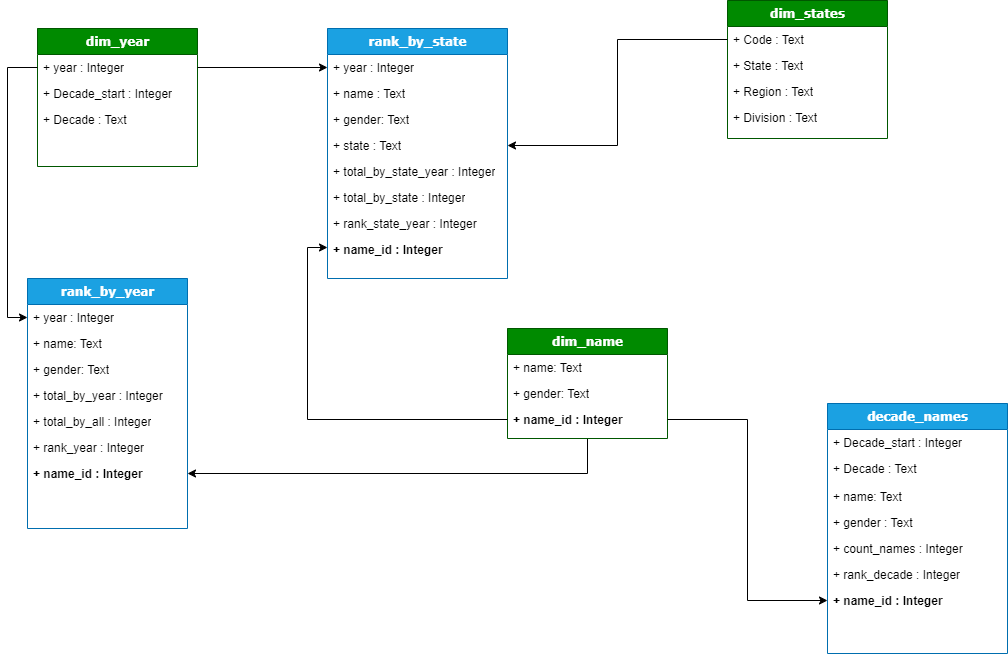
Earlier version of the draw.io export Data_Model.png (aurelpow/US_baby_names). Source tidied: cells renumbered, new cells last; positions are measured from the earlier drawing's top-left corner, leaving out a move shared by most shapes.
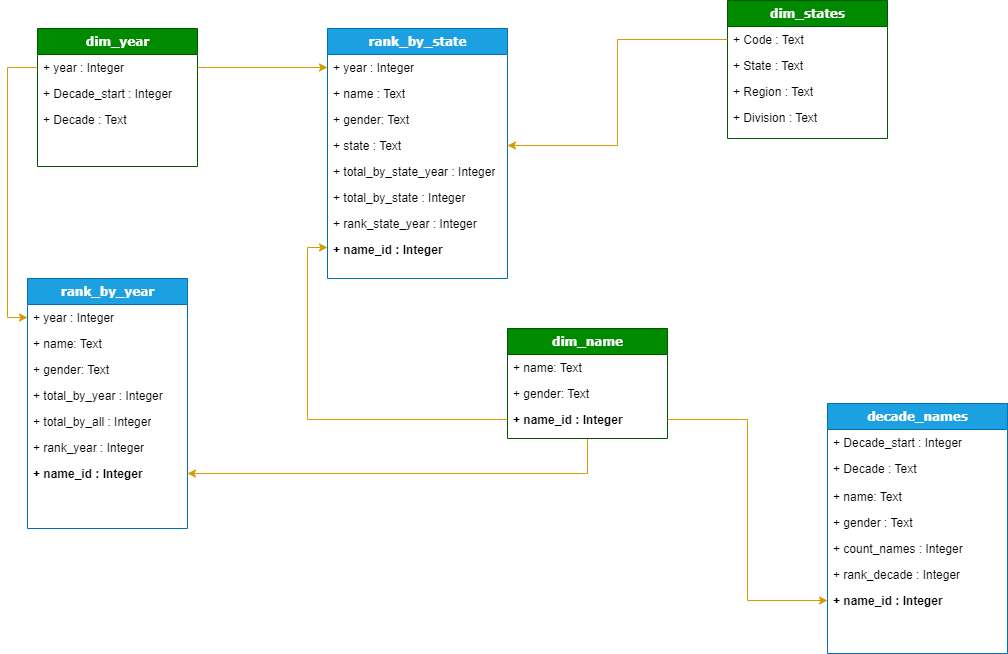
After the change.

What changed in the source:
```diff
@@ -41,7 +41,7 @@
     <mxCell id="14" value="+ Division : Text" style="text;html=1;strokeColor=none;fillColor=none;align=left;verticalAlign=top;spacingLeft=4;spacingRight=4;whiteSpace=wrap;overflow=hidden;" parent="10" vertex="1">
       <mxGeometry y="104" width="160" height="26" as="geometry" />
     </mxCell>
-    <mxCell id="15" style="edgeStyle=orthogonalEdgeStyle;rounded=0;jettySize=auto;html=1;exitX=0.5;exitY=1;exitDx=0;exitDy=0;entryX=1;entryY=0.5;entryDx=0;entryDy=0;" parent="1" edge="1" source="16" target="9">
+    <mxCell id="15" style="edgeStyle=orthogonalEdgeStyle;rounded=0;jettySize=auto;html=1;exitX=0.5;exitY=1;exitDx=0;exitDy=0;entryX=1;entryY=0.5;entryDx=0;entryDy=0;fillColor=#ffcd28;strokeColor=#d79b00;gradientColor=#ffa500;" parent="1" edge="1" source="16" target="9">
       <mxGeometry relative="1" as="geometry" />
     </mxCell>
     <mxCell id="16" value="dim_name" style="swimlane;html=1;fontStyle=1;align=center;verticalAlign=top;horizontal=1;startSize=26;swimlaneFillColor=#ffffff;rounded=0;shadow=0;comic=0;labelBackgroundColor=none;strokeWidth=1;fillColor=#008a00;fontFamily=Verdana;fontSize=12;fontColor=#ffffff;strokeColor=#005700;" parent="1" vertex="1">
@@ -119,19 +119,19 @@
     <mxCell id="40" value="+ Decade : Text" style="text;html=1;strokeColor=none;fillColor=none;align=left;verticalAlign=top;spacingLeft=4;spacingRight=4;whiteSpace=wrap;overflow=hidden;" parent="37" vertex="1">
       <mxGeometry y="78" width="160" height="26" as="geometry" />
     </mxCell>
-    <mxCell id="41" style="edgeStyle=orthogonalEdgeStyle;rounded=0;jettySize=auto;html=1;exitX=0;exitY=0.5;exitDx=0;exitDy=0;entryX=0;entryY=0.5;entryDx=0;entryDy=0;" parent="1" edge="1" source="38" target="3">
+    <mxCell id="41" style="edgeStyle=orthogonalEdgeStyle;rounded=0;jettySize=auto;html=1;exitX=0;exitY=0.5;exitDx=0;exitDy=0;entryX=0;entryY=0.5;entryDx=0;entryDy=0;fillColor=#ffcd28;strokeColor=#d79b00;gradientColor=#ffa500;" parent="1" edge="1" source="38" target="3">
       <mxGeometry relative="1" as="geometry" />
     </mxCell>
-    <mxCell id="42" style="edgeStyle=orthogonalEdgeStyle;rounded=0;jettySize=auto;html=1;exitX=1;exitY=0.5;exitDx=0;exitDy=0;entryX=0;entryY=0.5;entryDx=0;entryDy=0;" parent="1" edge="1" source="38" target="21">
+    <mxCell id="42" style="edgeStyle=orthogonalEdgeStyle;rounded=0;jettySize=auto;html=1;exitX=1;exitY=0.5;exitDx=0;exitDy=0;entryX=0;entryY=0.5;entryDx=0;entryDy=0;fillColor=#ffcd28;strokeColor=#d79b00;gradientColor=#ffa500;" parent="1" edge="1" source="38" target="21">
       <mxGeometry relative="1" as="geometry" />
     </mxCell>
-    <mxCell id="43" style="edgeStyle=orthogonalEdgeStyle;rounded=0;jettySize=auto;html=1;exitX=0;exitY=0.5;exitDx=0;exitDy=0;entryX=0;entryY=0.5;entryDx=0;entryDy=0;" parent="1" edge="1" source="19" target="28">
+    <mxCell id="43" style="edgeStyle=orthogonalEdgeStyle;rounded=0;jettySize=auto;html=1;exitX=0;exitY=0.5;exitDx=0;exitDy=0;entryX=0;entryY=0.5;entryDx=0;entryDy=0;fillColor=#ffcd28;strokeColor=#d79b00;gradientColor=#ffa500;" parent="1" edge="1" source="19" target="28">
       <mxGeometry relative="1" as="geometry" />
     </mxCell>
-    <mxCell id="44" style="edgeStyle=orthogonalEdgeStyle;rounded=0;jettySize=auto;html=1;exitX=1;exitY=0.5;exitDx=0;exitDy=0;entryX=0;entryY=0.5;entryDx=0;entryDy=0;" parent="1" edge="1" source="19" target="36">
+    <mxCell id="44" style="edgeStyle=orthogonalEdgeStyle;rounded=0;jettySize=auto;html=1;exitX=1;exitY=0.5;exitDx=0;exitDy=0;entryX=0;entryY=0.5;entryDx=0;entryDy=0;fillColor=#ffcd28;strokeColor=#d79b00;gradientColor=#ffa500;" parent="1" edge="1" source="19" target="36">
       <mxGeometry relative="1" as="geometry" />
     </mxCell>
-    <mxCell id="45" style="edgeStyle=orthogonalEdgeStyle;rounded=0;jettySize=auto;html=1;" parent="1" edge="1" source="11" target="24">
+    <mxCell id="45" style="edgeStyle=orthogonalEdgeStyle;rounded=0;jettySize=auto;html=1;fillColor=#ffcd28;strokeColor=#d79b00;gradientColor=#ffa500;" parent="1" edge="1" source="11" target="24">
       <mxGeometry relative="1" as="geometry" />
     </mxCell>
   </root>
```
